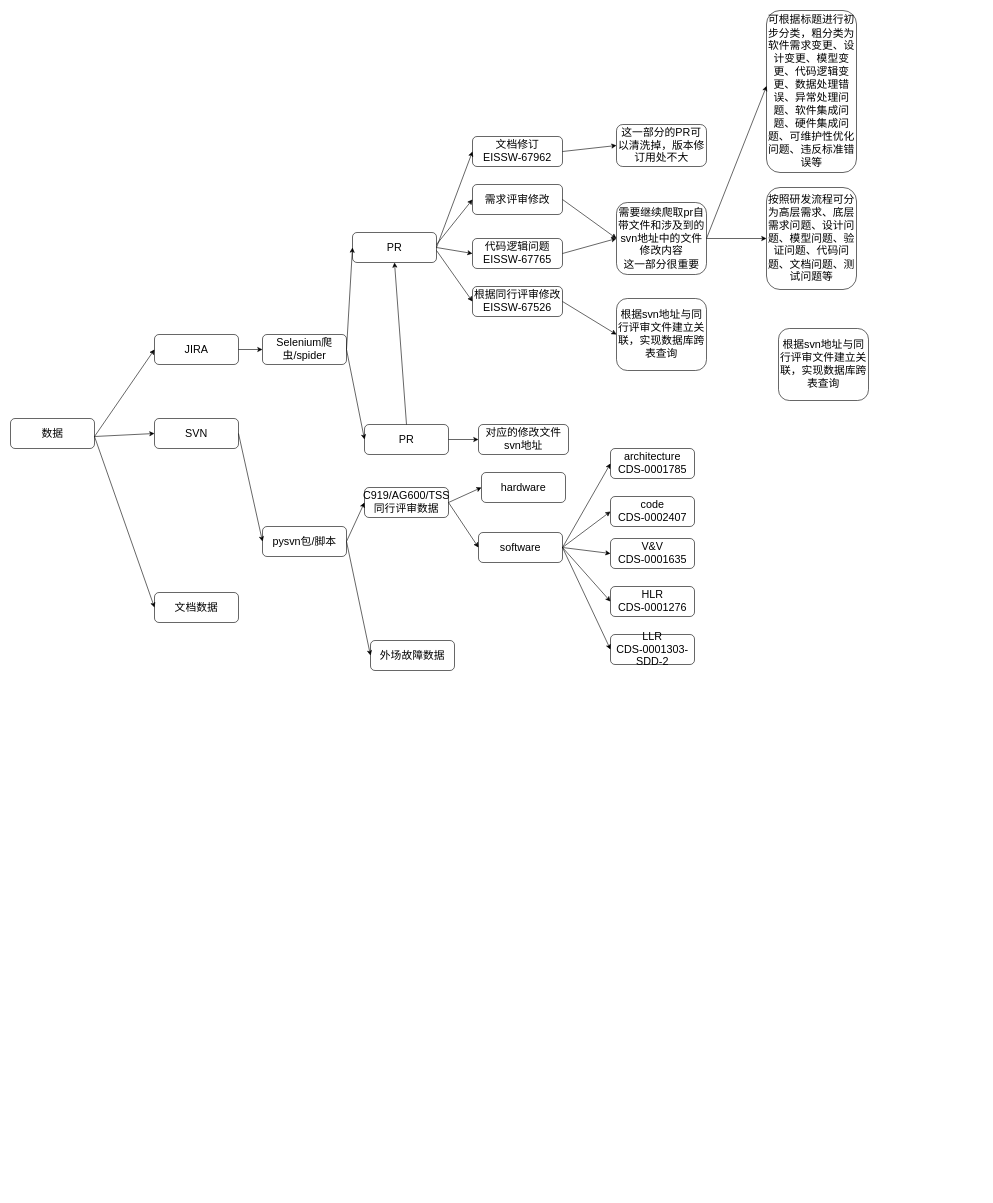
Earlier version of the draw.io diagram page "第 7 页" (7 of 7) of 航电专利1.drawio (fydgmy/jubilant-potato). Source tidied: cells renumbered, new cells numbered last; positions are measured from the earlier drawing's top-left corner, leaving out a move shared by most shapes. Both pictures are drawn from the tidied source at 60%, with x=0, y=0 at pixel (10, 10).
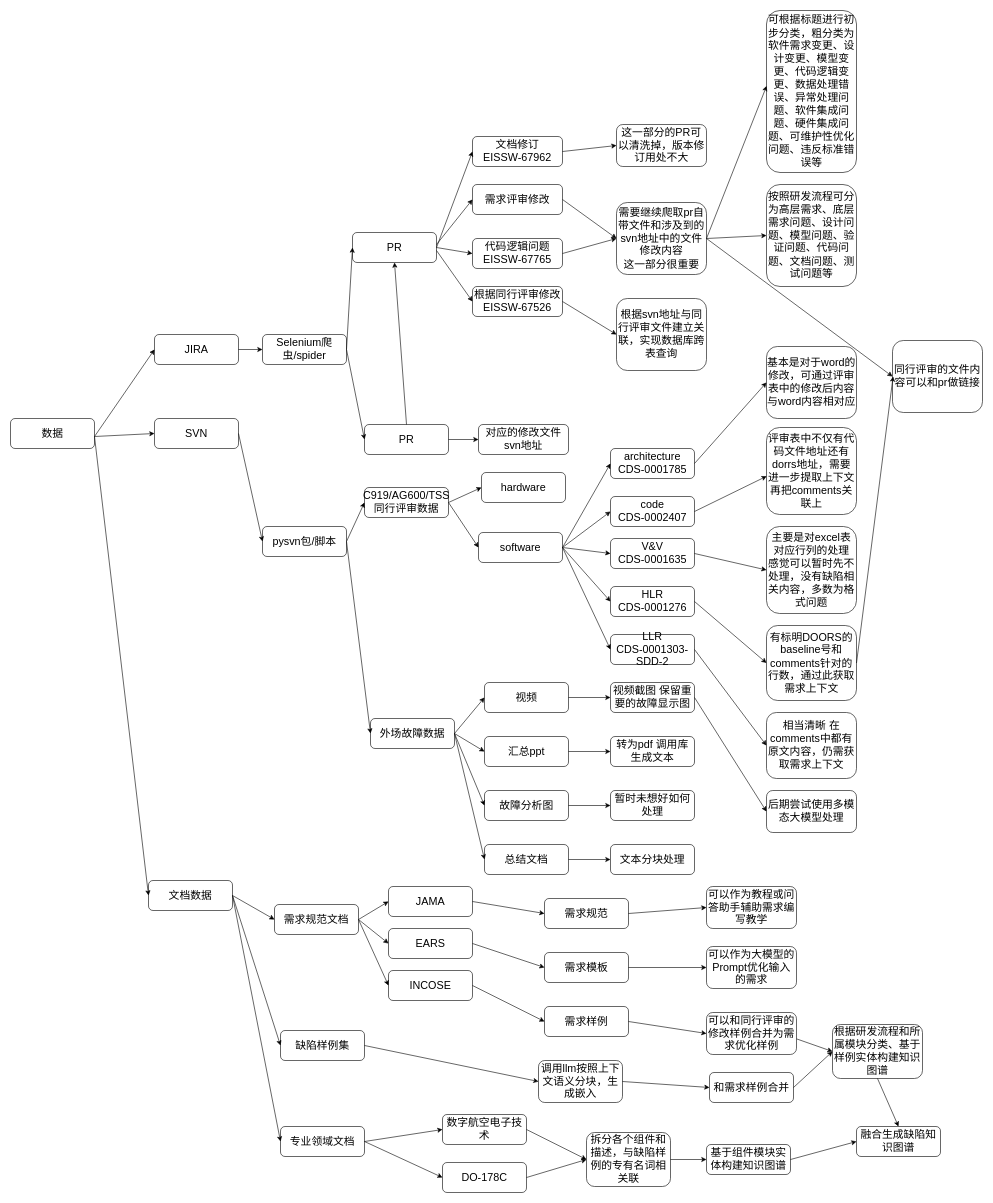
The same diagram, later.

Commit message (it also covers changes not shown here):
更新航电专利1.drawio

The change refers to these unchanged cells:
```xml
<mxCell id="26" value="&lt;div&gt;&lt;span style=&quot;font-size: 18px;&quot;&gt;需要继续爬取pr自带文件和涉及到的svn地址中的文件修改内容&lt;/span&gt;&lt;/div&gt;&lt;div&gt;&lt;span style=&quot;font-size: 18px;&quot;&gt;这一部分很重要&lt;/span&gt;&lt;/div&gt;" style="rounded=1;whiteSpace=wrap;html=1;" parent="1" vertex="1">
  <mxGeometry x="1010" y="320" width="150" height="120" as="geometry" />
</mxCell>
<mxCell id="45" value="&lt;div&gt;&lt;span style=&quot;font-size: 18px;&quot;&gt;architecture&lt;/span&gt;&lt;/div&gt;&lt;div&gt;&lt;span style=&quot;font-size: 18px;&quot;&gt;CDS-0001785&lt;/span&gt;&lt;/div&gt;" style="rounded=1;whiteSpace=wrap;html=1;" parent="1" vertex="1">
  <mxGeometry x="1000" y="730" width="140" height="50" as="geometry" />
</mxCell>
<mxCell id="46" value="&lt;div&gt;&lt;span style=&quot;font-size: 18px;&quot;&gt;code&lt;/span&gt;&lt;/div&gt;&lt;div&gt;&lt;span style=&quot;font-size: 18px;&quot;&gt;CDS-0002407&lt;/span&gt;&lt;/div&gt;" style="rounded=1;whiteSpace=wrap;html=1;" parent="1" vertex="1">
  <mxGeometry x="1000" y="810" width="140" height="50" as="geometry" />
</mxCell>
<mxCell id="47" value="&lt;div&gt;&lt;span style=&quot;font-size: 18px;&quot;&gt;V&amp;amp;V&lt;/span&gt;&lt;/div&gt;&lt;div&gt;&lt;span style=&quot;font-size: 18px;&quot;&gt;CDS-0001635&lt;/span&gt;&lt;/div&gt;" style="rounded=1;whiteSpace=wrap;html=1;" parent="1" vertex="1">
  <mxGeometry x="1000" y="880" width="140" height="50" as="geometry" />
</mxCell>
<mxCell id="48" value="&lt;div&gt;&lt;span style=&quot;font-size: 18px;&quot;&gt;HLR&lt;/span&gt;&lt;/div&gt;&lt;div&gt;&lt;span style=&quot;font-size: 18px;&quot;&gt;CDS-0001276&lt;/span&gt;&lt;/div&gt;" style="rounded=1;whiteSpace=wrap;html=1;" parent="1" vertex="1">
  <mxGeometry x="1000" y="960" width="140" height="50" as="geometry" />
</mxCell>
<mxCell id="49" value="&lt;div&gt;&lt;span style=&quot;font-size: 18px;&quot;&gt;LLR&lt;/span&gt;&lt;/div&gt;&lt;div&gt;&lt;span style=&quot;font-size: 18px;&quot;&gt;CDS-0001303-SDD-2&lt;/span&gt;&lt;/div&gt;" style="rounded=1;whiteSpace=wrap;html=1;" parent="1" vertex="1">
  <mxGeometry x="1000" y="1040" width="140" height="50" as="geometry" />
</mxCell>
```

Diff of the diagram source:
```diff
@@
     <mxCell id="5" value="&lt;font style=&quot;font-size: 18px;&quot;&gt;文档数据&lt;/font&gt;" style="rounded=1;whiteSpace=wrap;html=1;" parent="1" vertex="1">
-      <mxGeometry x="240" y="970" width="140" height="50" as="geometry" />
+      <mxGeometry x="230" y="1450" width="140" height="50" as="geometry" />
     </mxCell>
@@
     <mxCell id="35" value="&lt;span style=&quot;font-size: 18px;&quot;&gt;按照研发流程可分为高层需求、底层需求问题、设计问题、模型问题、验证问题、代码问题、文档问题、测试问题等&lt;/span&gt;" style="rounded=1;whiteSpace=wrap;html=1;" parent="1" vertex="1">
-      <mxGeometry x="1260" y="295" width="150" height="170" as="geometry" />
+      <mxGeometry x="1260" y="290" width="150" height="170" as="geometry" />
     </mxCell>
@@
-    <mxCell id="37" value="&lt;span style=&quot;font-size: 18px;&quot;&gt;根据svn地址与同行评审文件建立关联，实现数据库跨表查询&lt;/span&gt;" style="rounded=1;whiteSpace=wrap;html=1;" parent="1" vertex="1">
-      <mxGeometry x="1280" y="530" width="150" height="120" as="geometry" />
+    <mxCell id="37" value="&lt;span style=&quot;font-size: 18px;&quot;&gt;基本是对于word的修改，可通过评审表中的修改后内容与word内容相对应&lt;/span&gt;" style="rounded=1;whiteSpace=wrap;html=1;" parent="1" vertex="1">
+      <mxGeometry x="1260" y="560" width="150" height="120" as="geometry" />
     </mxCell>
@@
     <mxCell id="40" value="&lt;font style=&quot;font-size: 18px;&quot;&gt;外场故障数据&lt;/font&gt;" style="rounded=1;whiteSpace=wrap;html=1;" parent="1" vertex="1">
-      <mxGeometry x="600" y="1050" width="140" height="50" as="geometry" />
+      <mxGeometry x="600" y="1180" width="140" height="50" as="geometry" />
     </mxCell>
@@
+    <mxCell id="58" value="&lt;font style=&quot;font-size: 18px;&quot;&gt;视频&lt;/font&gt;" style="rounded=1;whiteSpace=wrap;html=1;" parent="1" vertex="1">
+      <mxGeometry x="790" y="1120" width="140" height="50" as="geometry" />
+    </mxCell>
+    <mxCell id="59" value="&lt;font style=&quot;font-size: 18px;&quot;&gt;汇总ppt&lt;/font&gt;" style="rounded=1;whiteSpace=wrap;html=1;" parent="1" vertex="1">
+      <mxGeometry x="790" y="1210" width="140" height="50" as="geometry" />
+    </mxCell>
+    <mxCell id="60" value="&lt;font style=&quot;font-size: 18px;&quot;&gt;故障分析图&lt;/font&gt;" style="rounded=1;whiteSpace=wrap;html=1;" parent="1" vertex="1">
+      <mxGeometry x="790" y="1300" width="140" height="50" as="geometry" />
+    </mxCell>
+    <mxCell id="61" value="&lt;font style=&quot;font-size: 18px;&quot;&gt;总结文档&lt;/font&gt;" style="rounded=1;whiteSpace=wrap;html=1;" parent="1" vertex="1">
+      <mxGeometry x="790" y="1390" width="140" height="50" as="geometry" />
+    </mxCell>
+    <mxCell id="62" value="&lt;font style=&quot;font-size: 18px;&quot;&gt;视频截图 保留重要的故障显示图&lt;/font&gt;" style="rounded=1;whiteSpace=wrap;html=1;" parent="1" vertex="1">
+      <mxGeometry x="1000" y="1120" width="140" height="50" as="geometry" />
+    </mxCell>
+    <mxCell id="63" value="&lt;font style=&quot;font-size: 18px;&quot;&gt;转为pdf 调用库生成文本&lt;/font&gt;" style="rounded=1;whiteSpace=wrap;html=1;" parent="1" vertex="1">
+      <mxGeometry x="1000" y="1210" width="140" height="50" as="geometry" />
+    </mxCell>
+    <mxCell id="64" value="&lt;font style=&quot;font-size: 18px;&quot;&gt;暂时未想好如何处理&lt;/font&gt;" style="rounded=1;whiteSpace=wrap;html=1;" parent="1" vertex="1">
+      <mxGeometry x="1000" y="1300" width="140" height="50" as="geometry" />
+    </mxCell>
+    <mxCell id="65" value="&lt;font style=&quot;font-size: 18px;&quot;&gt;文本分块处理&lt;/font&gt;" style="rounded=1;whiteSpace=wrap;html=1;" parent="1" vertex="1">
+      <mxGeometry x="1000" y="1390" width="140" height="50" as="geometry" />
+    </mxCell>
+    <mxCell id="66" style="endArrow=classic;html=1;rounded=0;exitX=1;exitY=0.5;exitDx=0;exitDy=0;entryX=0;entryY=0.5;entryDx=0;entryDy=0;" parent="1" edge="1" source="40" target="58">
+      <mxGeometry relative="1" as="geometry" />
+    </mxCell>
+    <mxCell id="67" style="endArrow=classic;html=1;rounded=0;exitX=1;exitY=0.5;exitDx=0;exitDy=0;entryX=0;entryY=0.5;entryDx=0;entryDy=0;" parent="1" edge="1" source="40" target="59">
+      <mxGeometry relative="1" as="geometry" />
+    </mxCell>
+    <mxCell id="68" style="endArrow=classic;html=1;rounded=0;exitX=1;exitY=0.5;exitDx=0;exitDy=0;entryX=0;entryY=0.5;entryDx=0;entryDy=0;" parent="1" edge="1" source="40" target="60">
+      <mxGeometry relative="1" as="geometry" />
+    </mxCell>
+    <mxCell id="69" style="endArrow=classic;html=1;rounded=0;exitX=1;exitY=0.5;exitDx=0;exitDy=0;entryX=0;entryY=0.5;entryDx=0;entryDy=0;" parent="1" edge="1" source="40" target="61">
+      <mxGeometry relative="1" as="geometry" />
+    </mxCell>
+    <mxCell id="70" style="endArrow=classic;html=1;rounded=0;exitX=1;exitY=0.5;exitDx=0;exitDy=0;entryX=0;entryY=0.5;entryDx=0;entryDy=0;" parent="1" edge="1" source="58" target="62">
+      <mxGeometry relative="1" as="geometry" />
+    </mxCell>
+    <mxCell id="71" style="endArrow=classic;html=1;rounded=0;exitX=1;exitY=0.5;exitDx=0;exitDy=0;entryX=0;entryY=0.5;entryDx=0;entryDy=0;" parent="1" edge="1" source="59" target="63">
+      <mxGeometry relative="1" as="geometry" />
+    </mxCell>
+    <mxCell id="72" style="endArrow=classic;html=1;rounded=0;exitX=1;exitY=0.5;exitDx=0;exitDy=0;entryX=0;entryY=0.5;entryDx=0;entryDy=0;" parent="1" edge="1" source="60" target="64">
+      <mxGeometry relative="1" as="geometry" />
+    </mxCell>
+    <mxCell id="73" style="endArrow=classic;html=1;rounded=0;exitX=1;exitY=0.5;exitDx=0;exitDy=0;entryX=0;entryY=0.5;entryDx=0;entryDy=0;" parent="1" edge="1" source="61" target="65">
+      <mxGeometry relative="1" as="geometry" />
+    </mxCell>
+    <mxCell id="74" style="endArrow=classic;html=1;rounded=0;exitX=1;exitY=0.5;exitDx=0;exitDy=0;entryX=0;entryY=0.5;entryDx=0;entryDy=0;" parent="1" edge="1" source="45" target="37">
+      <mxGeometry relative="1" as="geometry" />
+    </mxCell>
+    <mxCell id="75" value="&lt;span style=&quot;font-size: 18px;&quot;&gt;评审表中不仅有代码文件地址还有dorrs地址，需要进一步提取上下文再把comments关联上&lt;/span&gt;" style="rounded=1;whiteSpace=wrap;html=1;" parent="1" vertex="1">
+      <mxGeometry x="1260" y="695" width="150" height="145" as="geometry" />
+    </mxCell>
+    <mxCell id="76" style="endArrow=classic;html=1;rounded=0;exitX=1;exitY=0.5;exitDx=0;exitDy=0;entryX=0.002;entryY=0.56;entryDx=0;entryDy=0;entryPerimeter=0;" parent="1" edge="1" source="46" target="75">
+      <mxGeometry relative="1" as="geometry" />
+    </mxCell>
+    <mxCell id="77" value="&lt;span style=&quot;font-size: 18px;&quot;&gt;主要是对excel表对应行列的处理 感觉可以暂时先不处理，没有缺陷相关内容，多数为格式问题&lt;/span&gt;" style="rounded=1;whiteSpace=wrap;html=1;" parent="1" vertex="1">
+      <mxGeometry x="1260" y="860" width="150" height="145" as="geometry" />
+    </mxCell>
+    <mxCell id="78" style="endArrow=classic;html=1;rounded=0;exitX=1;exitY=0.5;exitDx=0;exitDy=0;entryX=0;entryY=0.5;entryDx=0;entryDy=0;" parent="1" edge="1" source="47" target="77">
+      <mxGeometry relative="1" as="geometry" />
+    </mxCell>
+    <mxCell id="79" value="&lt;span style=&quot;font-size: 18px;&quot;&gt;有标明DOORS的baseline号和comments针对的行数，通过此获取需求上下文&lt;/span&gt;" style="rounded=1;whiteSpace=wrap;html=1;" parent="1" vertex="1">
+      <mxGeometry x="1260" y="1025" width="150" height="125" as="geometry" />
+    </mxCell>
+    <mxCell id="80" style="endArrow=classic;html=1;rounded=0;exitX=1;exitY=0.5;exitDx=0;exitDy=0;entryX=0;entryY=0.5;entryDx=0;entryDy=0;" parent="1" edge="1" source="48" target="79">
+      <mxGeometry relative="1" as="geometry" />
+    </mxCell>
+    <mxCell id="81" value="&lt;span style=&quot;font-size: 18px;&quot;&gt;相当清晰 在comments中都有原文内容，仍需获取需求上下文&lt;/span&gt;" style="rounded=1;whiteSpace=wrap;html=1;" parent="1" vertex="1">
+      <mxGeometry x="1260" y="1170" width="150" height="110" as="geometry" />
+    </mxCell>
+    <mxCell id="82" style="endArrow=classic;html=1;rounded=0;exitX=1;exitY=0.5;exitDx=0;exitDy=0;entryX=0;entryY=0.5;entryDx=0;entryDy=0;" parent="1" edge="1" source="49" target="81">
+      <mxGeometry relative="1" as="geometry" />
+    </mxCell>
+    <mxCell id="83" value="&lt;span style=&quot;font-size: 18px;&quot;&gt;后期尝试使用多模态大模型处理&lt;/span&gt;" style="rounded=1;whiteSpace=wrap;html=1;" parent="1" vertex="1">
+      <mxGeometry x="1260" y="1300" width="150" height="70" as="geometry" />
+    </mxCell>
+    <mxCell id="84" style="endArrow=classic;html=1;rounded=0;exitX=1;exitY=0.5;exitDx=0;exitDy=0;entryX=0;entryY=0.5;entryDx=0;entryDy=0;" parent="1" edge="1" source="62" target="83">
+      <mxGeometry relative="1" as="geometry" />
+    </mxCell>
+    <mxCell id="85" value="&lt;span style=&quot;font-size: 18px;&quot;&gt;同行评审的文件内容可以和pr做链接&lt;/span&gt;" style="rounded=1;whiteSpace=wrap;html=1;" parent="1" vertex="1">
+      <mxGeometry x="1470" y="550" width="150" height="120" as="geometry" />
+    </mxCell>
+    <mxCell id="86" style="endArrow=classic;html=1;rounded=0;exitX=1;exitY=0.5;exitDx=0;exitDy=0;entryX=0;entryY=0.5;entryDx=0;entryDy=0;" parent="1" edge="1" source="26" target="85">
+      <mxGeometry relative="1" as="geometry" />
+    </mxCell>
+    <mxCell id="87" style="endArrow=classic;html=1;rounded=0;exitX=1;exitY=0.5;exitDx=0;exitDy=0;" parent="1" edge="1" source="79">
+      <mxGeometry relative="1" as="geometry">
+        <mxPoint x="1471" y="610" as="targetPoint" />
+      </mxGeometry>
+    </mxCell>
+    <mxCell id="88" value="&lt;font style=&quot;font-size: 18px;&quot;&gt;需求规范文档&lt;/font&gt;" style="rounded=1;whiteSpace=wrap;html=1;" parent="1" vertex="1">
+      <mxGeometry x="440" y="1490" width="140" height="50" as="geometry" />
+    </mxCell>
+    <mxCell id="89" value="&lt;font style=&quot;font-size: 18px;&quot;&gt;JAMA&lt;/font&gt;" style="rounded=1;whiteSpace=wrap;html=1;" parent="1" vertex="1">
+      <mxGeometry x="630" y="1460" width="140" height="50" as="geometry" />
+    </mxCell>
+    <mxCell id="90" value="&lt;font style=&quot;font-size: 18px;&quot;&gt;EARS&lt;/font&gt;" style="rounded=1;whiteSpace=wrap;html=1;" parent="1" vertex="1">
+      <mxGeometry x="630" y="1530" width="140" height="50" as="geometry" />
+    </mxCell>
+    <mxCell id="91" value="&lt;font style=&quot;font-size: 18px;&quot;&gt;INCOSE&lt;/font&gt;" style="rounded=1;whiteSpace=wrap;html=1;" parent="1" vertex="1">
+      <mxGeometry x="630" y="1600" width="140" height="50" as="geometry" />
+    </mxCell>
+    <mxCell id="92" style="endArrow=classic;html=1;rounded=0;exitX=1;exitY=0.5;exitDx=0;exitDy=0;entryX=0;entryY=0.5;entryDx=0;entryDy=0;" parent="1" edge="1" source="5" target="88">
+      <mxGeometry relative="1" as="geometry" />
+    </mxCell>
+    <mxCell id="93" style="endArrow=classic;html=1;rounded=0;exitX=1;exitY=0.5;exitDx=0;exitDy=0;entryX=0;entryY=0.5;entryDx=0;entryDy=0;" parent="1" edge="1" source="88" target="89">
+      <mxGeometry relative="1" as="geometry" />
+    </mxCell>
+    <mxCell id="94" style="endArrow=classic;html=1;rounded=0;exitX=1;exitY=0.5;exitDx=0;exitDy=0;entryX=0;entryY=0.5;entryDx=0;entryDy=0;" parent="1" edge="1" source="88" target="90">
+      <mxGeometry relative="1" as="geometry" />
+    </mxCell>
+    <mxCell id="95" style="endArrow=classic;html=1;rounded=0;exitX=1;exitY=0.5;exitDx=0;exitDy=0;entryX=0;entryY=0.5;entryDx=0;entryDy=0;" parent="1" edge="1" source="88" target="91">
+      <mxGeometry relative="1" as="geometry" />
+    </mxCell>
+    <mxCell id="96" value="&lt;font style=&quot;font-size: 18px;&quot;&gt;需求规范&lt;/font&gt;" style="rounded=1;whiteSpace=wrap;html=1;" parent="1" vertex="1">
+      <mxGeometry x="890" y="1480" width="140" height="50" as="geometry" />
+    </mxCell>
+    <mxCell id="97" style="endArrow=classic;html=1;rounded=0;exitX=1;exitY=0.5;exitDx=0;exitDy=0;entryX=0;entryY=0.5;entryDx=0;entryDy=0;" parent="1" edge="1" source="89" target="96">
+      <mxGeometry relative="1" as="geometry" />
+    </mxCell>
+    <mxCell id="98" value="&lt;font style=&quot;font-size: 18px;&quot;&gt;需求模板&lt;/font&gt;" style="rounded=1;whiteSpace=wrap;html=1;" parent="1" vertex="1">
+      <mxGeometry x="890" y="1570" width="140" height="50" as="geometry" />
+    </mxCell>
+    <mxCell id="99" value="&lt;font style=&quot;font-size: 18px;&quot;&gt;需求样例&lt;/font&gt;" style="rounded=1;whiteSpace=wrap;html=1;" parent="1" vertex="1">
+      <mxGeometry x="890" y="1660" width="140" height="50" as="geometry" />
+    </mxCell>
+    <mxCell id="100" style="endArrow=classic;html=1;rounded=0;exitX=1;exitY=0.5;exitDx=0;exitDy=0;entryX=0;entryY=0.5;entryDx=0;entryDy=0;" parent="1" edge="1" source="90" target="98">
+      <mxGeometry relative="1" as="geometry" />
+    </mxCell>
+    <mxCell id="101" style="endArrow=classic;html=1;rounded=0;exitX=1;exitY=0.5;exitDx=0;exitDy=0;entryX=0;entryY=0.5;entryDx=0;entryDy=0;" parent="1" edge="1" source="91" target="99">
+      <mxGeometry relative="1" as="geometry" />
+    </mxCell>
+    <mxCell id="102" value="&lt;span style=&quot;font-size: 18px;&quot;&gt;可以作为教程或问答助手辅助需求编写教学&lt;/span&gt;" style="rounded=1;whiteSpace=wrap;html=1;" parent="1" vertex="1">
+      <mxGeometry x="1160" y="1460" width="150" height="70" as="geometry" />
+    </mxCell>
+    <mxCell id="103" style="endArrow=classic;html=1;rounded=0;exitX=1;exitY=0.5;exitDx=0;exitDy=0;entryX=0;entryY=0.5;entryDx=0;entryDy=0;" parent="1" edge="1" source="96" target="102">
+      <mxGeometry relative="1" as="geometry" />
+    </mxCell>
+    <mxCell id="104" value="&lt;span style=&quot;font-size: 18px;&quot;&gt;可以作为大模型的Prompt优化输入的需求&lt;/span&gt;" style="rounded=1;whiteSpace=wrap;html=1;" parent="1" vertex="1">
+      <mxGeometry x="1160" y="1560" width="150" height="70" as="geometry" />
+    </mxCell>
+    <mxCell id="105" value="&lt;span style=&quot;font-size: 18px;&quot;&gt;可以和同行评审的修改样例合并为需求优化样例&lt;/span&gt;" style="rounded=1;whiteSpace=wrap;html=1;" parent="1" vertex="1">
+      <mxGeometry x="1160" y="1670" width="150" height="70" as="geometry" />
+    </mxCell>
+    <mxCell id="106" style="endArrow=classic;html=1;rounded=0;exitX=1;exitY=0.5;exitDx=0;exitDy=0;" parent="1" edge="1" source="98" target="104">
+      <mxGeometry relative="1" as="geometry" />
+    </mxCell>
+    <mxCell id="107" style="endArrow=classic;html=1;rounded=0;exitX=1;exitY=0.5;exitDx=0;exitDy=0;entryX=0;entryY=0.5;entryDx=0;entryDy=0;" parent="1" edge="1" source="99" target="105">
+      <mxGeometry relative="1" as="geometry" />
+    </mxCell>
+    <mxCell id="108" value="&lt;span style=&quot;font-size: 18px;&quot;&gt;缺陷样例集&lt;/span&gt;" style="rounded=1;whiteSpace=wrap;html=1;" parent="1" vertex="1">
+      <mxGeometry x="450" y="1700" width="140" height="50" as="geometry" />
+    </mxCell>
+    <mxCell id="109" value="&lt;span style=&quot;font-size: 18px;&quot;&gt;调用llm按照上下文语义分块，生成嵌入&lt;/span&gt;" style="rounded=1;whiteSpace=wrap;html=1;" parent="1" vertex="1">
+      <mxGeometry x="880" y="1750" width="140" height="70" as="geometry" />
+    </mxCell>
+    <mxCell id="110" style="endArrow=classic;html=1;rounded=0;exitX=1;exitY=0.5;exitDx=0;exitDy=0;entryX=0;entryY=0.5;entryDx=0;entryDy=0;" parent="1" edge="1" source="108" target="109">
+      <mxGeometry relative="1" as="geometry" />
+    </mxCell>
+    <mxCell id="111" value="&lt;span style=&quot;font-size: 18px;&quot;&gt;和需求样例合并&lt;/span&gt;" style="rounded=1;whiteSpace=wrap;html=1;" parent="1" vertex="1">
+      <mxGeometry x="1165" y="1770" width="140" height="50" as="geometry" />
+    </mxCell>
+    <mxCell id="112" value="&lt;span style=&quot;font-size: 18px;&quot;&gt;根据研发流程和所属模块分类、基于样例实体构建知识图谱&lt;/span&gt;" style="rounded=1;whiteSpace=wrap;html=1;" parent="1" vertex="1">
+      <mxGeometry x="1370" y="1690" width="150" height="90" as="geometry" />
+    </mxCell>
+    <mxCell id="113" value="&lt;span style=&quot;font-size: 18px;&quot;&gt;融合生成缺陷知识图谱&lt;/span&gt;" style="rounded=1;whiteSpace=wrap;html=1;" parent="1" vertex="1">
+      <mxGeometry x="1410" y="1860" width="140" height="50" as="geometry" />
+    </mxCell>
+    <mxCell id="114" style="endArrow=classic;html=1;rounded=0;entryX=0.5;entryY=0;entryDx=0;entryDy=0;exitX=0.5;exitY=1;exitDx=0;exitDy=0;" parent="1" edge="1" source="112" target="113">
+      <mxGeometry relative="1" as="geometry" />
+    </mxCell>
+    <mxCell id="115" style="endArrow=classic;html=1;rounded=0;exitX=1.002;exitY=0.629;exitDx=0;exitDy=0;exitPerimeter=0;entryX=0;entryY=0.5;entryDx=0;entryDy=0;" parent="1" edge="1" source="105" target="112">
+      <mxGeometry relative="1" as="geometry" />
+    </mxCell>
+    <mxCell id="116" style="endArrow=classic;html=1;rounded=0;exitX=1;exitY=0.5;exitDx=0;exitDy=0;entryX=0;entryY=0.5;entryDx=0;entryDy=0;" parent="1" edge="1" source="111" target="112">
+      <mxGeometry relative="1" as="geometry" />
+    </mxCell>
+    <mxCell id="117" style="endArrow=classic;html=1;rounded=0;exitX=1;exitY=0.5;exitDx=0;exitDy=0;entryX=0;entryY=0.5;entryDx=0;entryDy=0;" parent="1" edge="1" source="109" target="111">
+      <mxGeometry relative="1" as="geometry" />
+    </mxCell>
+    <mxCell id="118" style="endArrow=classic;html=1;rounded=0;exitX=1;exitY=0.5;exitDx=0;exitDy=0;entryX=0;entryY=0.5;entryDx=0;entryDy=0;" parent="1" edge="1" source="5" target="108">
+      <mxGeometry relative="1" as="geometry" />
+    </mxCell>
+    <mxCell id="119" value="&lt;span style=&quot;font-size: 18px;&quot;&gt;专业领域文档&lt;/span&gt;" style="rounded=1;whiteSpace=wrap;html=1;" parent="1" vertex="1">
+      <mxGeometry x="450" y="1860" width="140" height="50" as="geometry" />
+    </mxCell>
+    <mxCell id="120" style="endArrow=classic;html=1;rounded=0;exitX=1;exitY=0.5;exitDx=0;exitDy=0;entryX=0;entryY=0.5;entryDx=0;entryDy=0;" parent="1" edge="1" source="5" target="119">
+      <mxGeometry relative="1" as="geometry" />
+    </mxCell>
+    <mxCell id="121" value="&lt;span style=&quot;font-size: 18px;&quot;&gt;数字航空电子技术&lt;/span&gt;" style="rounded=1;whiteSpace=wrap;html=1;" parent="1" vertex="1">
+      <mxGeometry x="720" y="1840" width="140" height="50" as="geometry" />
+    </mxCell>
+    <mxCell id="122" value="&lt;span style=&quot;font-size: 18px;&quot;&gt;DO-178C&lt;/span&gt;" style="rounded=1;whiteSpace=wrap;html=1;" parent="1" vertex="1">
+      <mxGeometry x="720" y="1920" width="140" height="50" as="geometry" />
+    </mxCell>
+    <mxCell id="123" style="endArrow=classic;html=1;rounded=0;exitX=1;exitY=0.5;exitDx=0;exitDy=0;entryX=0;entryY=0.5;entryDx=0;entryDy=0;" parent="1" edge="1" source="119" target="121">
+      <mxGeometry relative="1" as="geometry" />
+    </mxCell>
+    <mxCell id="124" style="endArrow=classic;html=1;rounded=0;exitX=1;exitY=0.5;exitDx=0;exitDy=0;entryX=0;entryY=0.5;entryDx=0;entryDy=0;" parent="1" edge="1" source="119" target="122">
+      <mxGeometry relative="1" as="geometry" />
+    </mxCell>
+    <mxCell id="125" value="&lt;span style=&quot;font-size: 18px;&quot;&gt;拆分各个组件和描述，与缺陷样例的专有名词相关联&lt;/span&gt;" style="rounded=1;whiteSpace=wrap;html=1;" parent="1" vertex="1">
+      <mxGeometry x="960" y="1870" width="140" height="90" as="geometry" />
+    </mxCell>
+    <mxCell id="126" style="endArrow=classic;html=1;rounded=0;exitX=1;exitY=0.5;exitDx=0;exitDy=0;entryX=0;entryY=0.5;entryDx=0;entryDy=0;" parent="1" edge="1" source="122" target="125">
+      <mxGeometry relative="1" as="geometry" />
+    </mxCell>
+    <mxCell id="127" style="endArrow=classic;html=1;rounded=0;exitX=1;exitY=0.5;exitDx=0;exitDy=0;entryX=0;entryY=0.5;entryDx=0;entryDy=0;" parent="1" edge="1" source="121" target="125">
+      <mxGeometry relative="1" as="geometry" />
+    </mxCell>
+    <mxCell id="128" value="&lt;span style=&quot;font-size: 18px;&quot;&gt;基于组件模块实体构建知识图谱&lt;/span&gt;" style="rounded=1;whiteSpace=wrap;html=1;" parent="1" vertex="1">
+      <mxGeometry x="1160" y="1890" width="140" height="50" as="geometry" />
+    </mxCell>
+    <mxCell id="129" style="endArrow=classic;html=1;rounded=0;exitX=1;exitY=0.5;exitDx=0;exitDy=0;entryX=0;entryY=0.5;entryDx=0;entryDy=0;" parent="1" edge="1" source="125" target="128">
+      <mxGeometry relative="1" as="geometry" />
+    </mxCell>
+    <mxCell id="130" style="endArrow=classic;html=1;rounded=0;exitX=1;exitY=0.5;exitDx=0;exitDy=0;entryX=0;entryY=0.5;entryDx=0;entryDy=0;" parent="1" edge="1" source="128" target="113">
+      <mxGeometry relative="1" as="geometry" />
+    </mxCell>
```
